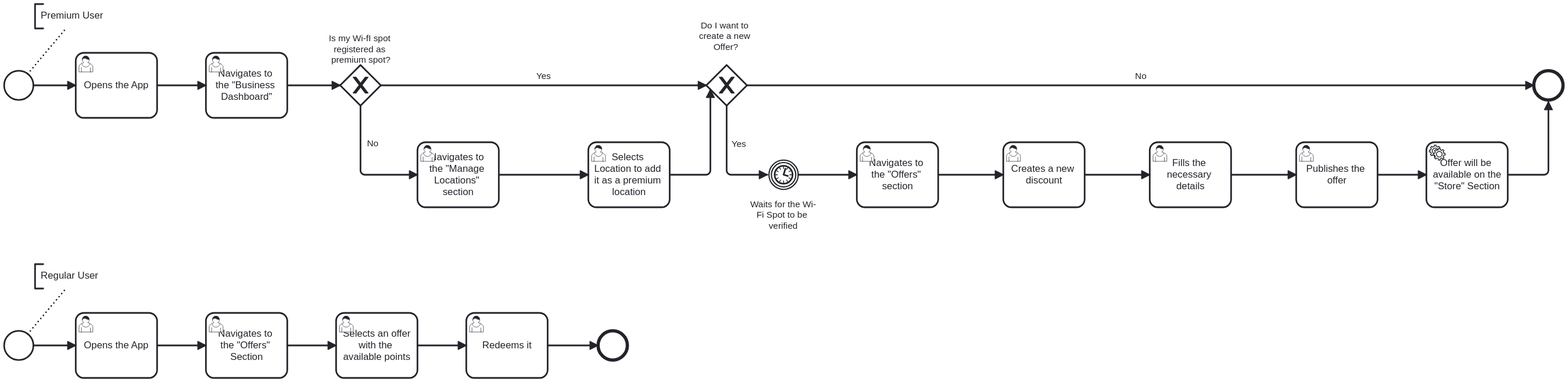
Before: Documentation/UserJourneys/userJourney3.svg, a diagram exported from BPMN (RafaelFaisca32/LABDSOF). Its source is kept beside it as Documentation/UserJourneys/userJourney3.bpmn. Ids are renumbered.
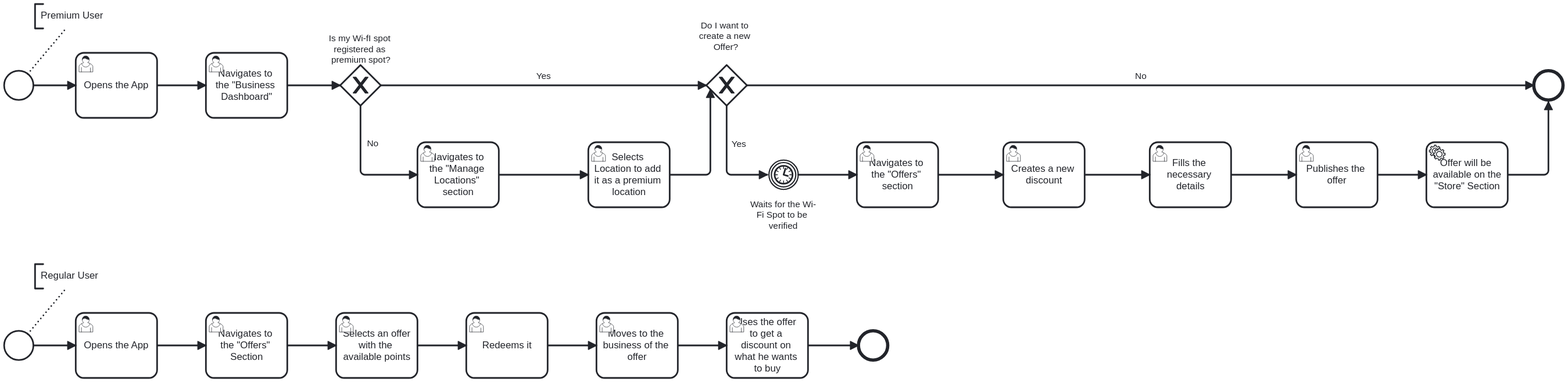
After the change.

What changed in the source:
```diff
@@ -1,4 +1,4 @@
-<bpmn:definitions xmlns:xsi="http://www.w3.org/2001/XMLSchema-instance" xmlns:bpmn="http://www.omg.org/spec/BPMN/20100524/MODEL" xmlns:bpmndi="http://www.omg.org/spec/BPMN/20100524/DI" xmlns:dc="http://www.omg.org/spec/DD/20100524/DC" xmlns:di="http://www.omg.org/spec/DD/20100524/DI" id="Definitions_n1" targetNamespace="http://bpmn.io/schema/bpmn" exporter="bpmn-js (https://demo.bpmn.io)" exporterVersion="17.11.1">
+<bpmn:definitions xmlns:xsi="http://www.w3.org/2001/XMLSchema-instance" xmlns:bpmn="http://www.omg.org/spec/BPMN/20100524/MODEL" xmlns:bpmndi="http://www.omg.org/spec/BPMN/20100524/DI" xmlns:dc="http://www.omg.org/spec/DD/20100524/DC" xmlns:di="http://www.omg.org/spec/DD/20100524/DI" id="Definitions_n1" targetNamespace="http://bpmn.io/schema/bpmn" exporter="bpmn-js (https://demo.bpmn.io)" exporterVersion="18.1.1">
   <bpmn:process id="Process_n2" isExecutable="false">
     <bpmn:startEvent id="Event_n3">
       <bpmn:outgoing>Flow_n4</bpmn:outgoing>
@@ -88,19 +88,29 @@
     <bpmn:sequenceFlow id="Flow_n37" sourceRef="Activity_n36" targetRef="Activity_n38" />
     <bpmn:userTask id="Activity_n40" name="Redeems it">
       <bpmn:incoming>Flow_n39</bpmn:incoming>
-      <bpmn:outgoing>Flow_n41</bpmn:outgoing>
+      <bpmn:outgoing>Flow_n48</bpmn:outgoing>
     </bpmn:userTask>
     <bpmn:sequenceFlow id="Flow_n39" sourceRef="Activity_n38" targetRef="Activity_n40" />
-    <bpmn:endEvent id="Event_n42">
-      <bpmn:incoming>Flow_n41</bpmn:incoming>
-    </bpmn:endEvent>
-    <bpmn:sequenceFlow id="Flow_n41" sourceRef="Activity_n40" targetRef="Event_n42" />
     <bpmn:endEvent id="Event_n43">
       <bpmn:incoming>Flow_n31</bpmn:incoming>
       <bpmn:incoming>Flow_n18</bpmn:incoming>
     </bpmn:endEvent>
     <bpmn:sequenceFlow id="Flow_n31" sourceRef="Activity_n30" targetRef="Event_n43" />
     <bpmn:sequenceFlow id="Flow_n18" name="No" sourceRef="Gateway_n16" targetRef="Event_n43" />
+    <bpmn:userTask id="Activity_n49" name="Moves to the business of the offer">
+      <bpmn:incoming>Flow_n48</bpmn:incoming>
+      <bpmn:outgoing>Flow_n50</bpmn:outgoing>
+    </bpmn:userTask>
+    <bpmn:sequenceFlow id="Flow_n48" sourceRef="Activity_n40" targetRef="Activity_n49" />
+    <bpmn:userTask id="Activity_n51" name="Uses the offer to get a discount on what he wants to buy">
+      <bpmn:incoming>Flow_n50</bpmn:incoming>
+      <bpmn:outgoing>Flow_n52</bpmn:outgoing>
+    </bpmn:userTask>
+    <bpmn:sequenceFlow id="Flow_n50" sourceRef="Activity_n49" targetRef="Activity_n51" />
+    <bpmn:endEvent id="Event_n53">
+      <bpmn:incoming>Flow_n52</bpmn:incoming>
+    </bpmn:endEvent>
+    <bpmn:sequenceFlow id="Flow_n52" sourceRef="Activity_n51" targetRef="Event_n53" />
     <bpmn:textAnnotation id="TextAnnotation_n44">
       <bpmn:text>Premium User</bpmn:text>
     </bpmn:textAnnotation>
@@ -132,15 +142,15 @@
       <bpmndi:BPMNShape id="Activity_1f7ykj4_di" bpmnElement="Activity_n12">
         <dc:Bounds x="660" y="230" width="100" height="80" />
       </bpmndi:BPMNShape>
+      <bpmndi:BPMNShape id="Activity_n14_di" bpmnElement="Activity_n14">
+        <dc:Bounds x="870" y="230" width="100" height="80" />
+        <bpmndi:BPMNLabel />
+      </bpmndi:BPMNShape>
       <bpmndi:BPMNShape id="Gateway_n16_di" bpmnElement="Gateway_n16" isMarkerVisible="true">
         <dc:Bounds x="1015" y="135" width="50" height="50" />
         <bpmndi:BPMNLabel>
           <dc:Bounds x="1006" y="80" width="67" height="40" />
         </bpmndi:BPMNLabel>
-      </bpmndi:BPMNShape>
-      <bpmndi:BPMNShape id="Activity_n14_di" bpmnElement="Activity_n14">
-        <dc:Bounds x="870" y="230" width="100" height="80" />
-        <bpmndi:BPMNLabel />
       </bpmndi:BPMNShape>
       <bpmndi:BPMNShape id="Event_1d9e2i8_di" bpmnElement="Event_n19">
         <dc:Bounds x="1092" y="252" width="36" height="36" />
@@ -187,20 +197,28 @@
         <dc:Bounds x="720" y="440" width="100" height="80" />
         <bpmndi:BPMNLabel />
       </bpmndi:BPMNShape>
-      <bpmndi:BPMNShape id="Event_n42_di" bpmnElement="Event_n42">
-        <dc:Bounds x="882" y="462" width="36" height="36" />
-      </bpmndi:BPMNShape>
       <bpmndi:BPMNShape id="Event_n43_di" bpmnElement="Event_n43">
         <dc:Bounds x="2032" y="142" width="36" height="36" />
       </bpmndi:BPMNShape>
-      <bpmndi:BPMNEdge id="Association_n45_di" bpmnElement="Association_n45">
-        <di:waypoint x="181" y="146" />
-        <di:waypoint x="228" y="90" />
-      </bpmndi:BPMNEdge>
-      <bpmndi:BPMNEdge id="Association_n47_di" bpmnElement="Association_n47">
-        <di:waypoint x="181" y="466" />
-        <di:waypoint x="228" y="410" />
-      </bpmndi:BPMNEdge>
+      <bpmndi:BPMNShape id="Activity_n49_di" bpmnElement="Activity_n49">
+        <dc:Bounds x="880" y="440" width="100" height="80" />
+        <bpmndi:BPMNLabel />
+      </bpmndi:BPMNShape>
+      <bpmndi:BPMNShape id="Activity_n51_di" bpmnElement="Activity_n51">
+        <dc:Bounds x="1040" y="440" width="100" height="80" />
+        <bpmndi:BPMNLabel />
+      </bpmndi:BPMNShape>
+      <bpmndi:BPMNShape id="Event_n53_di" bpmnElement="Event_n53">
+        <dc:Bounds x="1202" y="462" width="36" height="36" />
+      </bpmndi:BPMNShape>
+      <bpmndi:BPMNShape id="TextAnnotation_n44_di" bpmnElement="TextAnnotation_n44">
+        <dc:Bounds x="190" y="60" width="100" height="30" />
+        <bpmndi:BPMNLabel />
+      </bpmndi:BPMNShape>
+      <bpmndi:BPMNShape id="TextAnnotation_n46_di" bpmnElement="TextAnnotation_n46">
+        <dc:Bounds x="190" y="380" width="100" height="30" />
+        <bpmndi:BPMNLabel />
+      </bpmndi:BPMNShape>
       <bpmndi:BPMNEdge id="Flow_n4_di" bpmnElement="Flow_n4">
         <di:waypoint x="188" y="160" />
         <di:waypoint x="240" y="160" />
@@ -226,13 +244,6 @@
         <di:waypoint x="1015" y="160" />
         <bpmndi:BPMNLabel>
           <dc:Bounds x="806" y="142" width="18" height="14" />
-        </bpmndi:BPMNLabel>
-      </bpmndi:BPMNEdge>
-      <bpmndi:BPMNEdge id="Flow_n18_di" bpmnElement="Flow_n18">
-        <di:waypoint x="1065" y="160" />
-        <di:waypoint x="2032" y="160" />
-        <bpmndi:BPMNLabel>
-          <dc:Bounds x="1542" y="142" width="15" height="14" />
         </bpmndi:BPMNLabel>
       </bpmndi:BPMNEdge>
       <bpmndi:BPMNEdge id="Flow_n13_di" bpmnElement="Flow_n13">
@@ -272,19 +283,6 @@
         <di:waypoint x="1840" y="270" />
         <di:waypoint x="1900" y="270" />
       </bpmndi:BPMNEdge>
-      <bpmndi:BPMNEdge id="Flow_n31_di" bpmnElement="Flow_n31">
-        <di:waypoint x="2000" y="270" />
-        <di:waypoint x="2050" y="270" />
-        <di:waypoint x="2050" y="180" />
-      </bpmndi:BPMNEdge>
-      <bpmndi:BPMNShape id="TextAnnotation_n44_di" bpmnElement="TextAnnotation_n44">
-        <dc:Bounds x="190" y="60" width="100" height="30" />
-        <bpmndi:BPMNLabel />
-      </bpmndi:BPMNShape>
-      <bpmndi:BPMNShape id="TextAnnotation_n46_di" bpmnElement="TextAnnotation_n46">
-        <dc:Bounds x="190" y="380" width="100" height="30" />
-        <bpmndi:BPMNLabel />
-      </bpmndi:BPMNShape>
       <bpmndi:BPMNEdge id="Flow_n33_di" bpmnElement="Flow_n33">
         <di:waypoint x="188" y="480" />
         <di:waypoint x="240" y="480" />
@@ -301,9 +299,37 @@
         <di:waypoint x="660" y="480" />
         <di:waypoint x="720" y="480" />
       </bpmndi:BPMNEdge>
-      <bpmndi:BPMNEdge id="Flow_n41_di" bpmnElement="Flow_n41">
+      <bpmndi:BPMNEdge id="Flow_n31_di" bpmnElement="Flow_n31">
+        <di:waypoint x="2000" y="270" />
+        <di:waypoint x="2050" y="270" />
+        <di:waypoint x="2050" y="180" />
+      </bpmndi:BPMNEdge>
+      <bpmndi:BPMNEdge id="Flow_n18_di" bpmnElement="Flow_n18">
+        <di:waypoint x="1065" y="160" />
+        <di:waypoint x="2032" y="160" />
+        <bpmndi:BPMNLabel>
+          <dc:Bounds x="1542" y="142" width="15" height="14" />
+        </bpmndi:BPMNLabel>
+      </bpmndi:BPMNEdge>
+      <bpmndi:BPMNEdge id="Association_n45_di" bpmnElement="Association_n45">
+        <di:waypoint x="181" y="146" />
+        <di:waypoint x="228" y="90" />
+      </bpmndi:BPMNEdge>
+      <bpmndi:BPMNEdge id="Association_n47_di" bpmnElement="Association_n47">
+        <di:waypoint x="181" y="466" />
+        <di:waypoint x="228" y="410" />
+      </bpmndi:BPMNEdge>
+      <bpmndi:BPMNEdge id="Flow_n48_di" bpmnElement="Flow_n48">
         <di:waypoint x="820" y="480" />
-        <di:waypoint x="882" y="480" />
+        <di:waypoint x="880" y="480" />
+      </bpmndi:BPMNEdge>
+      <bpmndi:BPMNEdge id="Flow_n50_di" bpmnElement="Flow_n50">
+        <di:waypoint x="980" y="480" />
+        <di:waypoint x="1040" y="480" />
+      </bpmndi:BPMNEdge>
+      <bpmndi:BPMNEdge id="Flow_n52_di" bpmnElement="Flow_n52">
+        <di:waypoint x="1140" y="480" />
+        <di:waypoint x="1202" y="480" />
       </bpmndi:BPMNEdge>
     </bpmndi:BPMNPlane>
   </bpmndi:BPMNDiagram>
```
